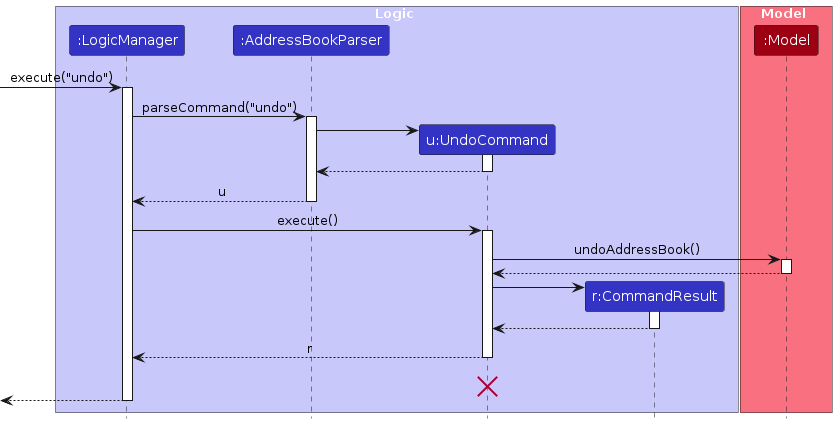
The PlantUML diagram diagrams/UndoSequenceDiagram-Logic.png in AY2526S2-CS2103T-W13-2/tp, before a commit. Its source is kept beside it as diagrams/UndoSequenceDiagram-Logic.puml. Source of this version:
```plantuml
@startuml
!include style.puml
skinparam ArrowFontStyle plain

box Logic LOGIC_COLOR_T1
participant ":LogicManager" as LogicManager LOGIC_COLOR
participant ":AddressBookParser" as AddressBookParser LOGIC_COLOR
participant "u:UndoCommand" as UndoCommand LOGIC_COLOR
participant "r:CommandResult" as CommandResult LOGIC_COLOR
end box

box Model MODEL_COLOR_T1
participant ":Model" as Model MODEL_COLOR
end box

[-> LogicManager : execute("undo")
activate LogicManager

LogicManager -> AddressBookParser : parseCommand("undo")
activate AddressBookParser

create UndoCommand
AddressBookParser -> UndoCommand
activate UndoCommand

UndoCommand --> AddressBookParser
deactivate UndoCommand

AddressBookParser --> LogicManager : u
deactivate AddressBookParser

LogicManager -> UndoCommand : execute()
activate UndoCommand

UndoCommand -> Model : undoAddressBook()
activate Model

Model --> UndoCommand
deactivate Model

create CommandResult
UndoCommand -> CommandResult
activate CommandResult

CommandResult --> UndoCommand
deactivate CommandResult

UndoCommand --> LogicManager : r
deactivate UndoCommand
UndoCommand -[hidden]-> LogicManager : r
destroy UndoCommand

[<--LogicManager
deactivate LogicManager
@enduml
```
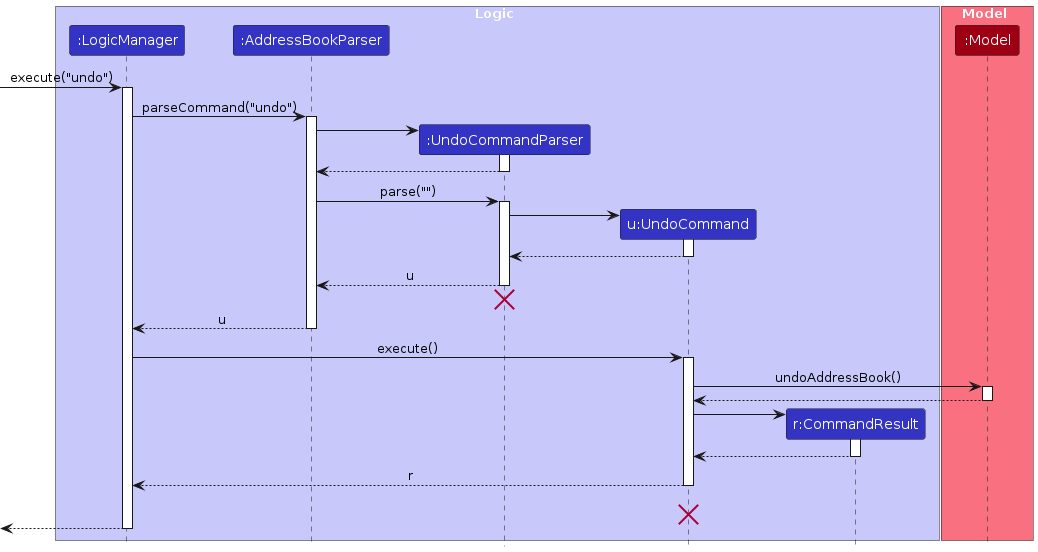
The same diagram one commit later.

Change to the diagram source:
```diff
@@ -5,6 +5,7 @@
 box Logic LOGIC_COLOR_T1
 participant ":LogicManager" as LogicManager LOGIC_COLOR
 participant ":AddressBookParser" as AddressBookParser LOGIC_COLOR
+participant ":UndoCommandParser" as UndoCommandParser LOGIC_COLOR
 participant "u:UndoCommand" as UndoCommand LOGIC_COLOR
 participant "r:CommandResult" as CommandResult LOGIC_COLOR
 end box
@@ -19,12 +20,27 @@
 LogicManager -> AddressBookParser : parseCommand("undo")
 activate AddressBookParser
 
+create UndoCommandParser
+AddressBookParser -> UndoCommandParser
+activate UndoCommandParser
+
+UndoCommandParser --> AddressBookParser
+deactivate UndoCommandParser
+
+AddressBookParser -> UndoCommandParser : parse("")
+activate UndoCommandParser
+
 create UndoCommand
-AddressBookParser -> UndoCommand
+UndoCommandParser -> UndoCommand
 activate UndoCommand
 
-UndoCommand --> AddressBookParser
+UndoCommand --> UndoCommandParser :
 deactivate UndoCommand
+
+UndoCommandParser --> AddressBookParser : u
+deactivate UndoCommandParser
+UndoCommandParser -[hidden]-> AddressBookParser
+destroy UndoCommandParser
 
 AddressBookParser --> LogicManager : u
 deactivate AddressBookParser
```
